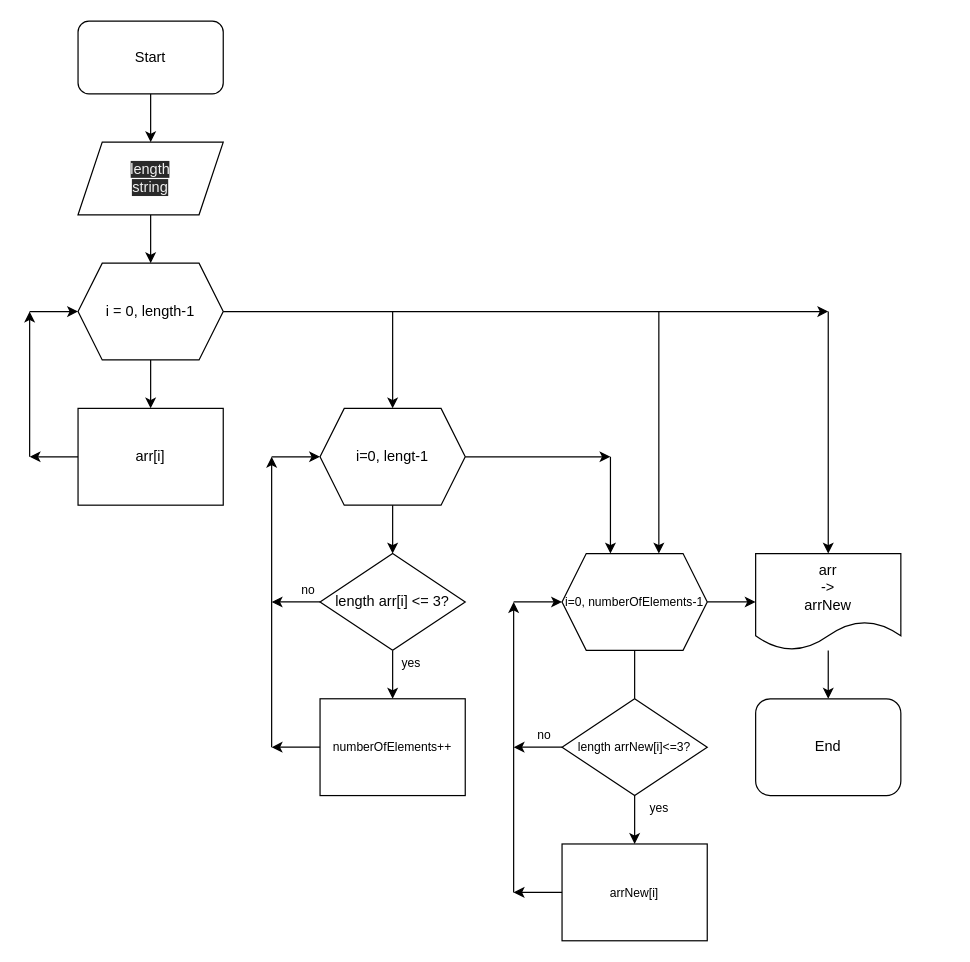
Before: Block_Diagram.drawio in sergetyum/Final-Check-Work, a draw.io diagram. Source tidied: cells renumbered, new cells numbered last; positions are measured from the earlier drawing's top-left corner, leaving out a move shared by most shapes. Both pictures are drawn from the tidied source at 121%, with x=0, y=0 at pixel (29, 21).
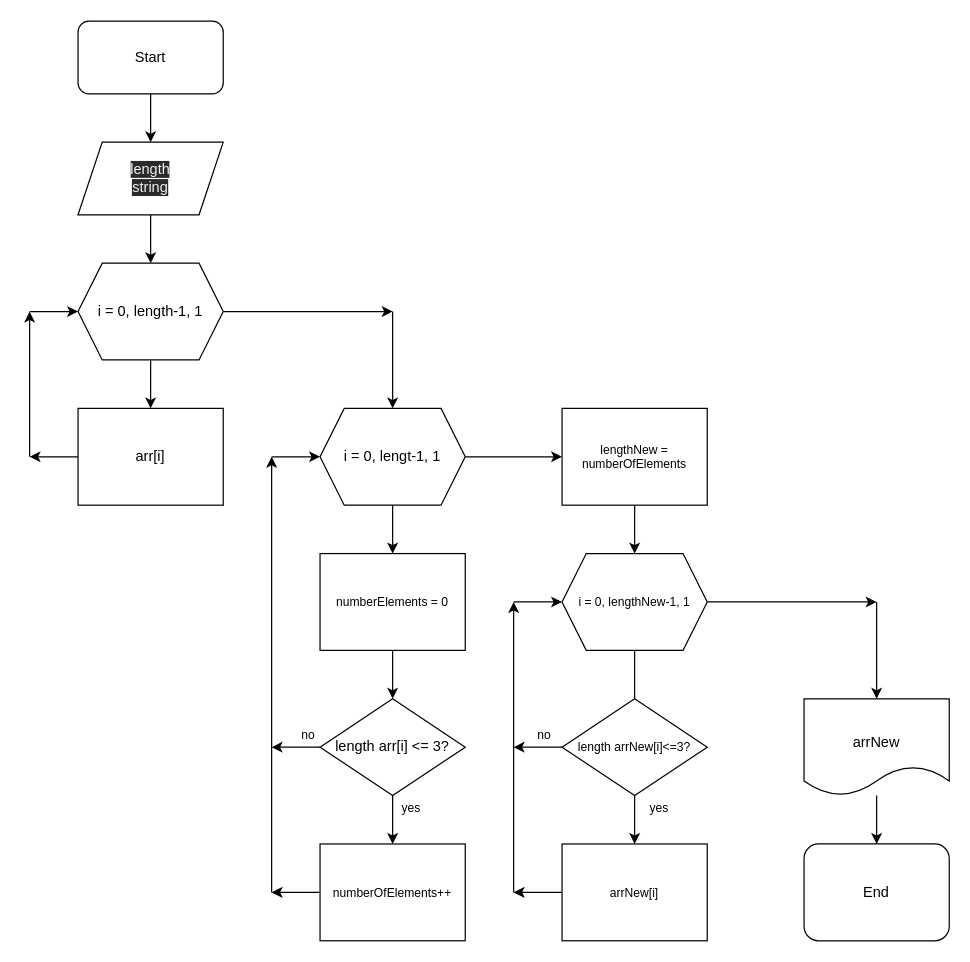
After the change.

Commit message:
:блок-схема алгоритма

The edit, as a diff of the source:
```diff
@@
-    <mxCell id="5" value="arr&lt;br&gt;-&amp;gt;&lt;br&gt;arrNew" style="shape=document;whiteSpace=wrap;html=1;boundedLbl=1;" parent="1" vertex="1">
-      <mxGeometry x="600" y="440" width="120" height="80" as="geometry" />
+    <mxCell id="5" value="&lt;br&gt;arrNew" style="shape=document;whiteSpace=wrap;html=1;boundedLbl=1;" parent="1" vertex="1">
+      <mxGeometry x="640" y="560" width="120" height="80" as="geometry" />
     </mxCell>
@@
     <mxCell id="8" value="End" style="rounded=1;whiteSpace=wrap;html=1;" parent="1" vertex="1">
-      <mxGeometry x="600" y="560" width="120" height="80" as="geometry" />
+      <mxGeometry x="640" y="680" width="120" height="80" as="geometry" />
     </mxCell>
@@
-    <mxCell id="10" value="i = 0, length-1" style="shape=hexagon;perimeter=hexagonPerimeter2;whiteSpace=wrap;html=1;fixedSize=1;" parent="1" vertex="1">
+    <mxCell id="10" value="i = 0, length-1, 1" style="shape=hexagon;perimeter=hexagonPerimeter2;whiteSpace=wrap;html=1;fixedSize=1;" parent="1" vertex="1">
       <mxGeometry x="40" y="200" width="120" height="80" as="geometry" />
     </mxCell>
@@
     <mxCell id="16" value="length arr[i] &amp;lt;= 3?" style="rhombus;whiteSpace=wrap;html=1;" parent="1" vertex="1">
-      <mxGeometry x="240" y="440" width="120" height="80" as="geometry" />
+      <mxGeometry x="240" y="560" width="120" height="80" as="geometry" />
     </mxCell>
     <mxCell id="17" style="edgeStyle=none;html=1;fontSize=10;exitX=1;exitY=0.5;exitDx=0;exitDy=0;" parent="1" edge="1" source="18">
       <mxGeometry relative="1" as="geometry">
-        <mxPoint x="480" y="360" as="targetPoint" />
+        <mxPoint x="440" y="360" as="targetPoint" />
       </mxGeometry>
     </mxCell>
-    <mxCell id="18" value="i=0, lengt-1" style="shape=hexagon;perimeter=hexagonPerimeter2;whiteSpace=wrap;html=1;fixedSize=1;" parent="1" vertex="1">
+    <mxCell id="18" value="i = 0, lengt-1, 1" style="shape=hexagon;perimeter=hexagonPerimeter2;whiteSpace=wrap;html=1;fixedSize=1;" parent="1" vertex="1">
       <mxGeometry x="240" y="320" width="120" height="80" as="geometry" />
     </mxCell>
     <mxCell id="19" value="numberOfElements++" style="rounded=0;whiteSpace=wrap;html=1;fontSize=10;" parent="1" vertex="1">
-      <mxGeometry x="240" y="560" width="120" height="80" as="geometry" />
+      <mxGeometry x="240" y="680" width="120" height="80" as="geometry" />
     </mxCell>
     <mxCell id="20" style="endArrow=classic;html=1;fontSize=10;exitX=0;exitY=0.5;exitDx=0;exitDy=0;" parent="1" edge="1" source="19">
       <mxGeometry relative="1" as="geometry">
-        <mxPoint x="200" y="600" as="targetPoint" />
+        <mxPoint x="200" y="720" as="targetPoint" />
       </mxGeometry>
     </mxCell>
     <mxCell id="21" style="endArrow=classic;html=1;fontSize=10;exitX=0;exitY=0.5;exitDx=0;exitDy=0;" parent="1" edge="1" source="16">
       <mxGeometry relative="1" as="geometry">
-        <mxPoint x="200" y="480" as="targetPoint" />
+        <mxPoint x="200" y="600" as="targetPoint" />
       </mxGeometry>
     </mxCell>
     <mxCell id="22" style="endArrow=classic;html=1;fontSize=10;" parent="1" edge="1">
       <mxGeometry relative="1" as="geometry">
-        <mxPoint x="200" y="600" as="sourcePoint" />
+        <mxPoint x="200" y="720" as="sourcePoint" />
         <mxPoint x="200" y="360" as="targetPoint" />
       </mxGeometry>
     </mxCell>
@@
     <mxCell id="24" style="endArrow=classic;html=1;fontSize=10;exitX=1;exitY=0.5;exitDx=0;exitDy=0;" parent="1" edge="1" source="10">
       <mxGeometry relative="1" as="geometry">
-        <mxPoint x="660" y="240" as="targetPoint" />
+        <mxPoint x="300" y="240" as="targetPoint" />
       </mxGeometry>
     </mxCell>
@@
-    <mxCell id="26" style="endArrow=classic;html=1;fontSize=10;exitX=0.5;exitY=1;exitDx=0;exitDy=0;entryX=0.5;entryY=0;entryDx=0;entryDy=0;" parent="1" edge="1" source="18" target="16">
+    <mxCell id="26" style="endArrow=classic;html=1;fontSize=10;exitX=0.5;exitY=1;exitDx=0;exitDy=0;entryX=0.5;entryY=0;entryDx=0;entryDy=0;" parent="1" edge="1" source="18" target="45">
       <mxGeometry relative="1" as="geometry" />
     </mxCell>
@@
-    <mxCell id="28" value="i=0, numberOfElements-1" style="shape=hexagon;perimeter=hexagonPerimeter2;whiteSpace=wrap;html=1;fixedSize=1;fontSize=10;" parent="1" vertex="1">
+    <mxCell id="28" value="i = 0, lengthNew-1, 1" style="shape=hexagon;perimeter=hexagonPerimeter2;whiteSpace=wrap;html=1;fixedSize=1;fontSize=10;" parent="1" vertex="1">
       <mxGeometry x="440" y="440" width="120" height="80" as="geometry" />
     </mxCell>
-    <mxCell id="29" style="endArrow=classic;html=1;fontSize=10;" parent="1" edge="1">
-      <mxGeometry relative="1" as="geometry">
-        <mxPoint x="480" y="360" as="sourcePoint" />
-        <mxPoint x="480" y="440" as="targetPoint" />
-      </mxGeometry>
-    </mxCell>
-    <mxCell id="30" style="endArrow=classic;html=1;fontSize=10;entryX=0.5;entryY=0;entryDx=0;entryDy=0;" parent="1" edge="1" target="5">
-      <mxGeometry relative="1" as="geometry">
-        <mxPoint x="660" y="240" as="sourcePoint" />
-      </mxGeometry>
-    </mxCell>
-    <mxCell id="31" style="endArrow=classic;html=1;fontSize=10;exitX=1;exitY=0.5;exitDx=0;exitDy=0;entryX=0;entryY=0.5;entryDx=0;entryDy=0;" parent="1" edge="1" source="28" target="5">
-      <mxGeometry relative="1" as="geometry" />
+    <mxCell id="31" style="endArrow=classic;html=1;fontSize=10;exitX=1;exitY=0.5;exitDx=0;exitDy=0;" parent="1" edge="1" source="28">
+      <mxGeometry relative="1" as="geometry">
+        <mxPoint x="700" y="480" as="targetPoint" />
+      </mxGeometry>
     </mxCell>
@@
     <mxCell id="41" value="yes" style="text;html=1;align=center;verticalAlign=middle;strokeColor=none;fillColor=none;fontSize=10;" parent="1" vertex="1">
-      <mxGeometry x="300" y="520" width="30" height="20" as="geometry" />
+      <mxGeometry x="300" y="640" width="30" height="20" as="geometry" />
     </mxCell>
     <mxCell id="42" value="no" style="text;html=1;align=center;verticalAlign=middle;strokeColor=none;fillColor=none;fontSize=10;" parent="1" vertex="1">
-      <mxGeometry x="215" y="460" width="30" height="20" as="geometry" />
+      <mxGeometry x="215" y="580" width="30" height="20" as="geometry" />
     </mxCell>
-    <mxCell id="43" style="endArrow=classic;html=1;fontSize=10;" parent="1" edge="1">
-      <mxGeometry relative="1" as="geometry">
-        <mxPoint x="520" y="240" as="sourcePoint" />
-        <mxPoint x="520" y="440" as="targetPoint" />
-      </mxGeometry>
-    </mxCell>
+    <mxCell id="44" style="edgeStyle=none;html=1;fontSize=10;" parent="1" edge="1" source="45" target="16">
+      <mxGeometry relative="1" as="geometry" />
+    </mxCell>
+    <mxCell id="45" value="numberElements = 0" style="rounded=0;whiteSpace=wrap;html=1;fontSize=10;" parent="1" vertex="1">
+      <mxGeometry x="240" y="440" width="120" height="80" as="geometry" />
+    </mxCell>
+    <mxCell id="46" style="edgeStyle=none;html=1;fontSize=10;exitX=0.5;exitY=1;exitDx=0;exitDy=0;entryX=0.5;entryY=0;entryDx=0;entryDy=0;" parent="1" edge="1" source="47" target="28">
+      <mxGeometry relative="1" as="geometry" />
+    </mxCell>
+    <mxCell id="47" value="lengthNew = numberOfElements" style="rounded=0;whiteSpace=wrap;html=1;fontSize=10;" parent="1" vertex="1">
+      <mxGeometry x="440" y="320" width="120" height="80" as="geometry" />
+    </mxCell>
+    <mxCell id="48" style="endArrow=classic;html=1;fontSize=10;entryX=0.5;entryY=0;entryDx=0;entryDy=0;" parent="1" edge="1" target="5">
+      <mxGeometry relative="1" as="geometry">
+        <mxPoint x="700" y="480" as="sourcePoint" />
+      </mxGeometry>
+    </mxCell>
```
